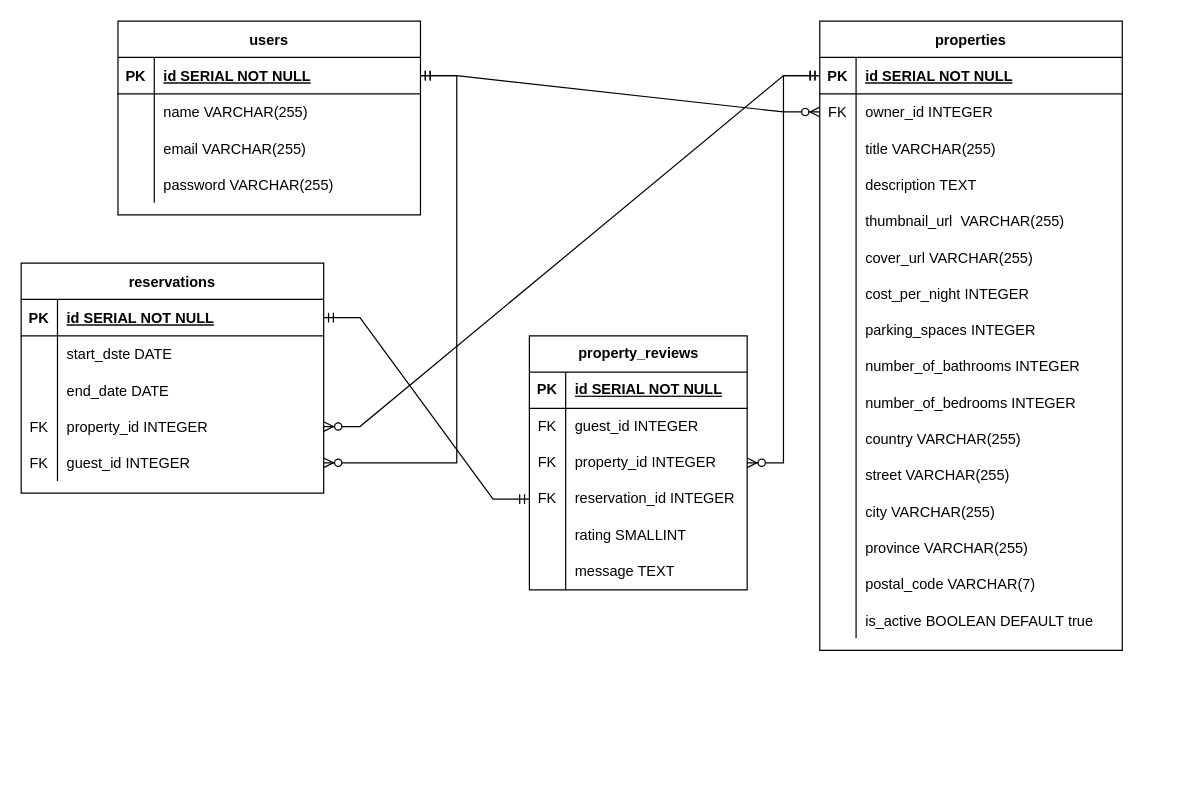
The draw.io diagram ERD/lightbnb.drawio in Jdob11/lightbnb, before the edit. Source tidied: cells renumbered, new cells numbered last; positions are measured from the earlier drawing's top-left corner, leaving out a move shared by most shapes. Both pictures are drawn from the tidied source at 121%, with x=0, y=0 at pixel (21, 21).
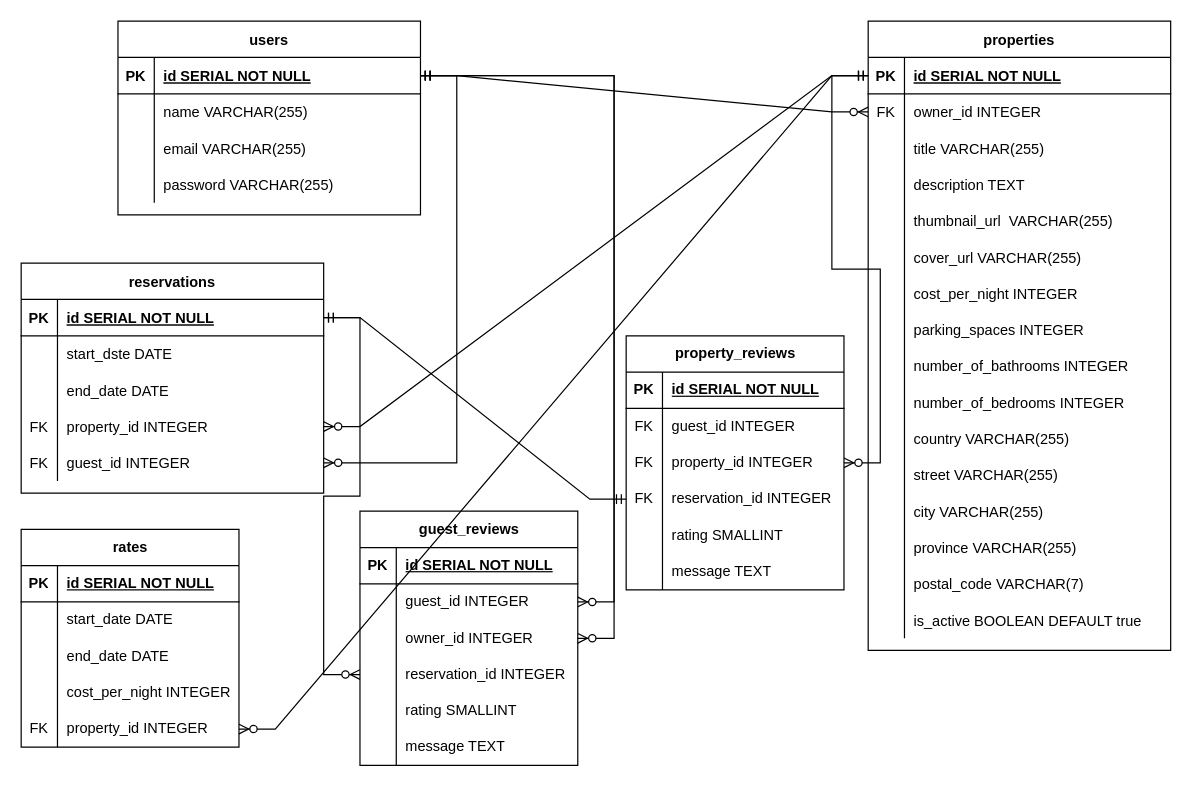
The same diagram, later.

Commit message:
feat: Update ERD to include guest_reviews and rates tables

The change refers to these unchanged cells:
```xml
<mxCell id="3" style="shape=partialRectangle;fillColor=none;points=[[0,0.5],[1,0.5]];portConstraint=eastwest;top=0;left=0;right=0;bottom=1;" parent="2" vertex="1">
  <mxGeometry y="30" width="250" height="30" as="geometry" />
</mxCell>
<mxCell id="52" style="shape=partialRectangle;fillColor=none;points=[[0,0.5],[1,0.5]];portConstraint=eastwest;top=0;left=0;right=0;bottom=1;" parent="51" vertex="1">
  <mxGeometry y="30" width="250" height="30" as="geometry" />
</mxCell>
<mxCell id="68" style="shape=partialRectangle;fillColor=none;points=[[0,0.5],[1,0.5]];portConstraint=eastwest;top=0;left=0;right=0;bottom=1;" parent="67" vertex="1">
  <mxGeometry y="30" width="250" height="30" as="geometry" />
</mxCell>
```

What changed in the source:
```diff
@@
     <mxCell id="2" value="properties" style="shape=table;startSize=30;childLayout=tableLayout;rowLines=0;fontStyle=1;align=center;" parent="1" vertex="1">
-      <mxGeometry x="660" width="250" height="520" as="geometry" />
+      <mxGeometry x="700" width="250" height="520" as="geometry" />
     </mxCell>
@@
     <mxCell id="80" value="property_reviews" style="shape=table;startSize=30;childLayout=tableLayout;rowLines=0;fontStyle=1;align=center;html=1;" parent="1" vertex="1">
-      <mxGeometry x="420" y="260" width="180" height="210" as="geometry" />
+      <mxGeometry x="500" y="260" width="180" height="210" as="geometry" />
     </mxCell>
@@
+    <mxCell id="104" value="rates" style="shape=table;startSize=30;childLayout=tableLayout;rowLines=0;fontStyle=1;align=center;html=1;" parent="1" vertex="1">
+      <mxGeometry y="420" width="180" height="180" as="geometry" />
+    </mxCell>
+    <mxCell id="105" style="shape=tableRow;horizontal=0;startSize=0;swimlaneHead=0;swimlaneBody=0;fillColor=none;top=0;left=0;right=0;bottom=1;" parent="104" vertex="1">
+      <mxGeometry y="30" width="180" height="30" as="geometry" />
+    </mxCell>
+    <mxCell id="106" value="PK" style="shape=partialRectangle;fillColor=none;top=0;left=0;bottom=0;right=0;fontStyle=1;overflow=hidden;whiteSpace=wrap;html=1;" parent="105" vertex="1">
+      <mxGeometry width="30" height="30" as="geometry" />
+    </mxCell>
+    <mxCell id="107" value="id SERIAL NOT NULL" style="shape=partialRectangle;fillColor=none;top=0;left=0;bottom=0;right=0;align=left;spacingLeft=6;fontStyle=5;overflow=hidden;whiteSpace=wrap;html=1;" parent="105" vertex="1">
+      <mxGeometry x="30" width="150" height="30" as="geometry" />
+    </mxCell>
+    <mxCell id="108" style="shape=tableRow;horizontal=0;startSize=0;swimlaneHead=0;swimlaneBody=0;fillColor=none;top=0;left=0;right=0;bottom=0;" parent="104" vertex="1">
+      <mxGeometry y="60" width="180" height="30" as="geometry" />
+    </mxCell>
+    <mxCell id="109" style="shape=partialRectangle;fillColor=none;top=0;left=0;bottom=0;right=0;overflow=hidden;whiteSpace=wrap;html=1;" parent="108" vertex="1">
+      <mxGeometry width="30" height="30" as="geometry" />
+    </mxCell>
+    <mxCell id="110" value="start_date DATE" style="shape=partialRectangle;fillColor=none;top=0;left=0;bottom=0;right=0;align=left;spacingLeft=6;overflow=hidden;whiteSpace=wrap;html=1;" parent="108" vertex="1">
+      <mxGeometry x="30" width="150" height="30" as="geometry" />
+    </mxCell>
+    <mxCell id="111" style="shape=tableRow;horizontal=0;startSize=0;swimlaneHead=0;swimlaneBody=0;fillColor=none;top=0;left=0;right=0;bottom=0;" parent="104" vertex="1">
+      <mxGeometry y="90" width="180" height="30" as="geometry" />
+    </mxCell>
+    <mxCell id="112" style="shape=partialRectangle;fillColor=none;top=0;left=0;bottom=0;right=0;overflow=hidden;whiteSpace=wrap;html=1;" parent="111" vertex="1">
+      <mxGeometry width="30" height="30" as="geometry" />
+    </mxCell>
+    <mxCell id="113" value="end_date DATE" style="shape=partialRectangle;fillColor=none;top=0;left=0;bottom=0;right=0;align=left;spacingLeft=6;overflow=hidden;whiteSpace=wrap;html=1;" parent="111" vertex="1">
+      <mxGeometry x="30" width="150" height="30" as="geometry" />
+    </mxCell>
+    <mxCell id="114" style="shape=tableRow;horizontal=0;startSize=0;swimlaneHead=0;swimlaneBody=0;fillColor=none;top=0;left=0;right=0;bottom=0;" parent="104" vertex="1">
+      <mxGeometry y="120" width="180" height="30" as="geometry" />
+    </mxCell>
+    <mxCell id="115" style="shape=partialRectangle;fillColor=none;top=0;left=0;bottom=0;right=0;overflow=hidden;whiteSpace=wrap;html=1;" parent="114" vertex="1">
+      <mxGeometry width="30" height="30" as="geometry" />
+    </mxCell>
+    <mxCell id="116" value="cost_per_night INTEGER" style="shape=partialRectangle;fillColor=none;top=0;left=0;bottom=0;right=0;align=left;spacingLeft=6;overflow=hidden;whiteSpace=wrap;html=1;" parent="114" vertex="1">
+      <mxGeometry x="30" width="150" height="30" as="geometry" />
+    </mxCell>
+    <mxCell id="117" style="shape=tableRow;horizontal=0;startSize=0;swimlaneHead=0;swimlaneBody=0;fillColor=none;points=[[0,0.5],[1,0.5]];portConstraint=eastwest;top=0;left=0;right=0;bottom=0;" parent="104" vertex="1">
+      <mxGeometry y="150" width="180" height="30" as="geometry" />
+    </mxCell>
+    <mxCell id="118" value="FK" style="shape=partialRectangle;fillColor=none;top=0;left=0;bottom=0;right=0;overflow=hidden;whiteSpace=wrap;html=1;" parent="117" vertex="1">
+      <mxGeometry width="30" height="30" as="geometry" />
+    </mxCell>
+    <mxCell id="119" value="property_id INTEGER" style="shape=partialRectangle;fillColor=none;top=0;left=0;bottom=0;right=0;align=left;spacingLeft=6;overflow=hidden;whiteSpace=wrap;html=1;" parent="117" vertex="1">
+      <mxGeometry x="30" width="150" height="30" as="geometry" />
+    </mxCell>
+    <mxCell id="120" value="guest_reviews" style="shape=table;startSize=30;childLayout=tableLayout;rowLines=0;fontStyle=1;align=center;html=1;" parent="1" vertex="1">
+      <mxGeometry x="280" y="405" width="180" height="210" as="geometry" />
+    </mxCell>
+    <mxCell id="121" style="shape=tableRow;horizontal=0;startSize=0;swimlaneHead=0;swimlaneBody=0;fillColor=none;top=0;left=0;right=0;bottom=1;" parent="120" vertex="1">
+      <mxGeometry y="30" width="180" height="30" as="geometry" />
+    </mxCell>
+    <mxCell id="122" value="PK" style="shape=partialRectangle;fillColor=none;top=0;left=0;bottom=0;right=0;fontStyle=1;overflow=hidden;whiteSpace=wrap;html=1;" parent="121" vertex="1">
+      <mxGeometry width="30" height="30" as="geometry" />
+    </mxCell>
+    <mxCell id="123" value="id SERIAL NOT NULL" style="shape=partialRectangle;fillColor=none;top=0;left=0;bottom=0;right=0;align=left;spacingLeft=6;fontStyle=5;overflow=hidden;whiteSpace=wrap;html=1;" parent="121" vertex="1">
+      <mxGeometry x="30" width="150" height="30" as="geometry" />
+    </mxCell>
+    <mxCell id="124" style="shape=tableRow;horizontal=0;startSize=0;swimlaneHead=0;swimlaneBody=0;fillColor=none;points=[[0,0.5],[1,0.5]];portConstraint=eastwest;top=0;left=0;right=0;bottom=0;" parent="120" vertex="1">
+      <mxGeometry y="60" width="180" height="30" as="geometry" />
+    </mxCell>
+    <mxCell id="125" style="shape=partialRectangle;fillColor=none;top=0;left=0;bottom=0;right=0;overflow=hidden;whiteSpace=wrap;html=1;" parent="124" vertex="1">
+      <mxGeometry width="30" height="30" as="geometry" />
+    </mxCell>
+    <mxCell id="126" value="guest_id INTEGER" style="shape=partialRectangle;fillColor=none;top=0;left=0;bottom=0;right=0;align=left;spacingLeft=6;overflow=hidden;whiteSpace=wrap;html=1;" parent="124" vertex="1">
+      <mxGeometry x="30" width="150" height="30" as="geometry" />
+    </mxCell>
+    <mxCell id="127" style="shape=tableRow;horizontal=0;startSize=0;swimlaneHead=0;swimlaneBody=0;fillColor=none;points=[[0,0.5],[1,0.5]];portConstraint=eastwest;top=0;left=0;right=0;bottom=0;" parent="120" vertex="1">
+      <mxGeometry y="90" width="180" height="30" as="geometry" />
+    </mxCell>
+    <mxCell id="128" style="shape=partialRectangle;fillColor=none;top=0;left=0;bottom=0;right=0;overflow=hidden;whiteSpace=wrap;html=1;" parent="127" vertex="1">
+      <mxGeometry width="30" height="30" as="geometry" />
+    </mxCell>
+    <mxCell id="129" value="owner_id INTEGER" style="shape=partialRectangle;fillColor=none;top=0;left=0;bottom=0;right=0;align=left;spacingLeft=6;overflow=hidden;whiteSpace=wrap;html=1;" parent="127" vertex="1">
+      <mxGeometry x="30" width="150" height="30" as="geometry" />
+    </mxCell>
+    <mxCell id="130" style="shape=tableRow;horizontal=0;startSize=0;swimlaneHead=0;swimlaneBody=0;fillColor=none;points=[[0,0.5],[1,0.5]];portConstraint=eastwest;top=0;left=0;right=0;bottom=0;" parent="120" vertex="1">
+      <mxGeometry y="120" width="180" height="30" as="geometry" />
+    </mxCell>
+    <mxCell id="131" style="shape=partialRectangle;fillColor=none;top=0;left=0;bottom=0;right=0;overflow=hidden;whiteSpace=wrap;html=1;" parent="130" vertex="1">
+      <mxGeometry width="30" height="30" as="geometry" />
+    </mxCell>
+    <mxCell id="132" value="reservation_id INTEGER" style="shape=partialRectangle;fillColor=none;top=0;left=0;bottom=0;right=0;align=left;spacingLeft=6;overflow=hidden;whiteSpace=wrap;html=1;" parent="130" vertex="1">
+      <mxGeometry x="30" width="150" height="30" as="geometry" />
+    </mxCell>
+    <mxCell id="133" style="shape=tableRow;horizontal=0;startSize=0;swimlaneHead=0;swimlaneBody=0;fillColor=none;top=0;left=0;right=0;bottom=0;" parent="120" vertex="1">
+      <mxGeometry y="150" width="180" height="30" as="geometry" />
+    </mxCell>
+    <mxCell id="134" style="shape=partialRectangle;fillColor=none;top=0;left=0;bottom=0;right=0;overflow=hidden;whiteSpace=wrap;html=1;" parent="133" vertex="1">
+      <mxGeometry width="30" height="30" as="geometry" />
+    </mxCell>
+    <mxCell id="135" value="rating SMALLINT" style="shape=partialRectangle;fillColor=none;top=0;left=0;bottom=0;right=0;align=left;spacingLeft=6;overflow=hidden;whiteSpace=wrap;html=1;" parent="133" vertex="1">
+      <mxGeometry x="30" width="150" height="30" as="geometry" />
+    </mxCell>
+    <mxCell id="136" style="shape=tableRow;horizontal=0;startSize=0;swimlaneHead=0;swimlaneBody=0;fillColor=none;top=0;left=0;right=0;bottom=0;" parent="120" vertex="1">
+      <mxGeometry y="180" width="180" height="30" as="geometry" />
+    </mxCell>
+    <mxCell id="137" style="shape=partialRectangle;fillColor=none;top=0;left=0;bottom=0;right=0;overflow=hidden;whiteSpace=wrap;html=1;" parent="136" vertex="1">
+      <mxGeometry width="30" height="30" as="geometry" />
+    </mxCell>
+    <mxCell id="138" value="message TEXT" style="shape=partialRectangle;fillColor=none;top=0;left=0;bottom=0;right=0;align=left;spacingLeft=6;overflow=hidden;whiteSpace=wrap;html=1;" parent="136" vertex="1">
+      <mxGeometry x="30" width="150" height="30" as="geometry" />
+    </mxCell>
+    <mxCell id="139" style="edgeStyle=entityRelationEdgeStyle;fontSize=12;html=1;endArrow=ERzeroToMany;startArrow=ERmandOne;rounded=0;" parent="1" edge="1" source="3" target="117">
+      <mxGeometry relative="1" as="geometry" />
+    </mxCell>
+    <mxCell id="140" style="edgeStyle=entityRelationEdgeStyle;fontSize=12;html=1;endArrow=ERzeroToMany;startArrow=ERmandOne;rounded=0;" parent="1" edge="1" source="68" target="124">
+      <mxGeometry relative="1" as="geometry" />
+    </mxCell>
+    <mxCell id="141" style="edgeStyle=entityRelationEdgeStyle;fontSize=12;html=1;endArrow=ERzeroToMany;startArrow=ERmandOne;rounded=0;" parent="1" edge="1" source="68" target="127">
+      <mxGeometry relative="1" as="geometry" />
+    </mxCell>
+    <mxCell id="142" style="edgeStyle=entityRelationEdgeStyle;fontSize=12;html=1;endArrow=ERzeroToMany;startArrow=ERmandOne;rounded=0;" parent="1" edge="1" source="52" target="130">
+      <mxGeometry relative="1" as="geometry" />
+    </mxCell>
```
